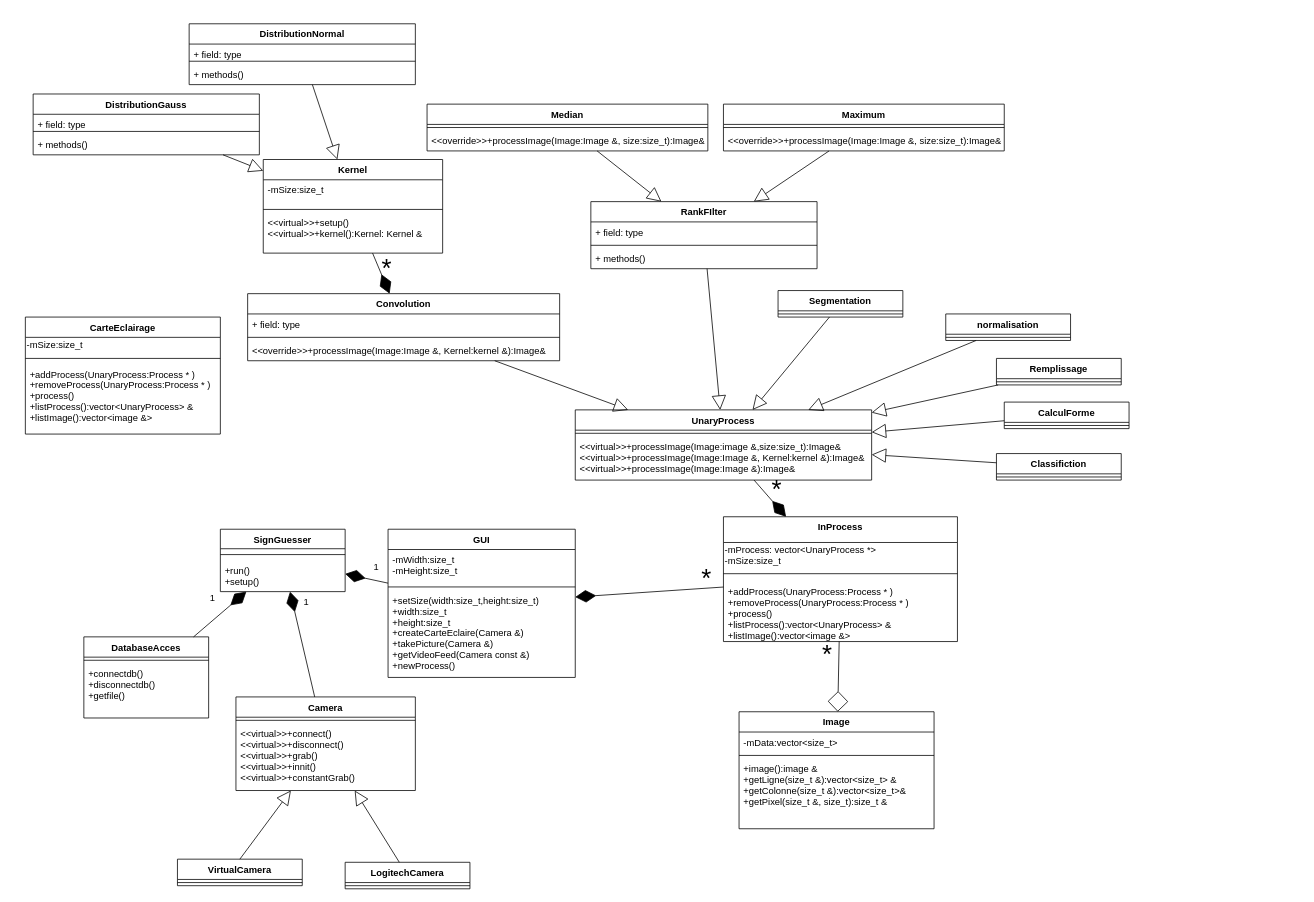
Earlier version of the draw.io diagram class_diagramm.drawio (VincentRochon/B65_Synth). Source tidied: cells renumbered, new cells numbered last; positions are measured from the earlier drawing's top-left corner, leaving out a move shared by most shapes. Both pictures are drawn from the tidied source at 78%, with x=0, y=0 at pixel (25, 23).
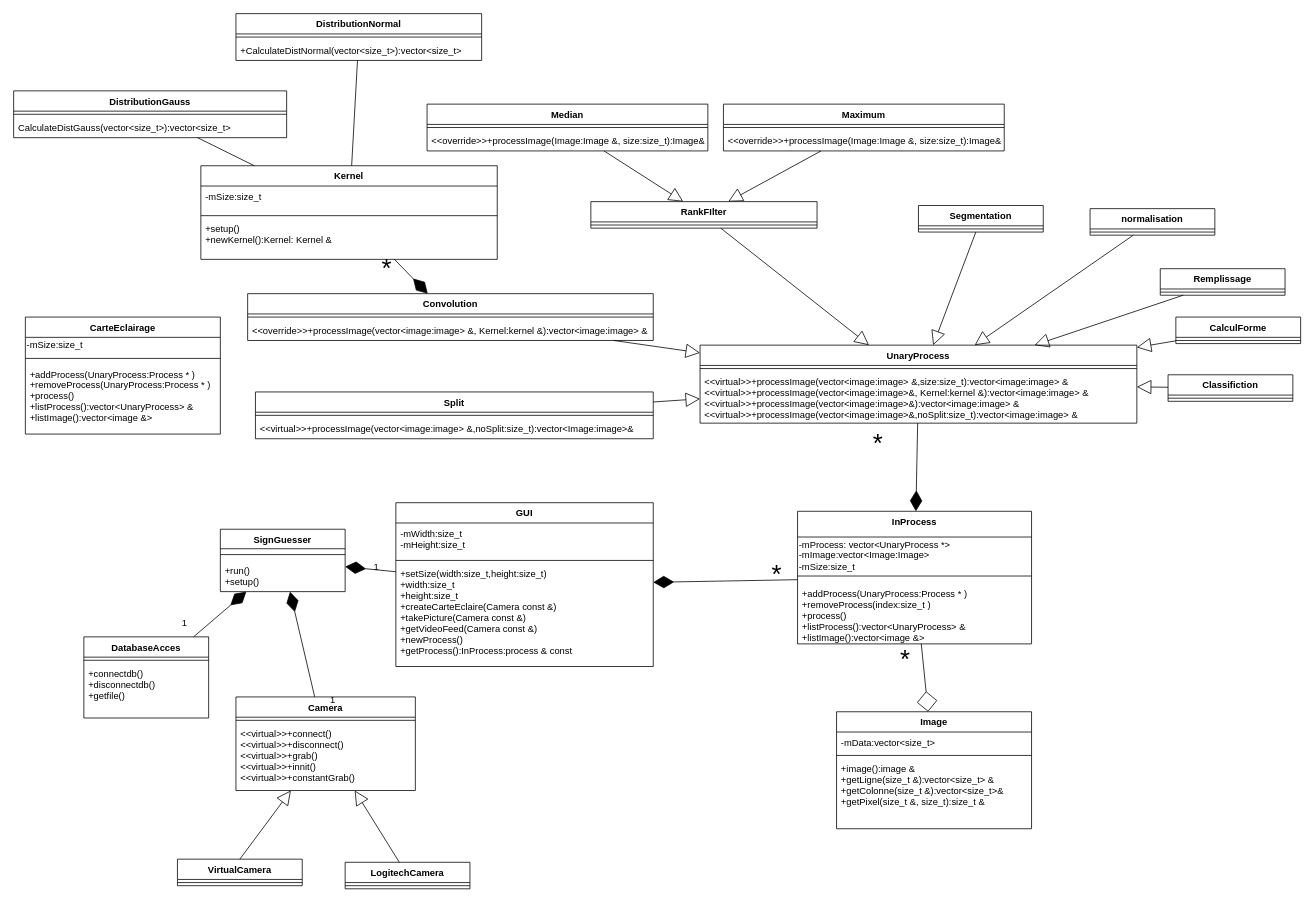
The same diagram, later.

Commit message:
added split class

What changed in the source:
```diff
@@
     <mxCell id="11" value="UnaryProcess" style="swimlane;fontStyle=1;align=center;verticalAlign=top;horizontal=1;startSize=26;" parent="1" vertex="1">
-      <mxGeometry x="705" y="495" width="380" height="90" as="geometry" />
+      <mxGeometry x="865" y="412" width="560" height="100" as="geometry" />
     </mxCell>
     <mxCell id="12" style="line;strokeWidth=1;fillColor=none;align=left;verticalAlign=middle;spacingTop=-1;spacingLeft=3;spacingRight=3;labelPosition=right;" parent="11" vertex="1">
-      <mxGeometry y="26" width="380" height="8" as="geometry" />
+      <mxGeometry y="26" width="560" height="8" as="geometry" />
     </mxCell>
-    <mxCell id="13" value="&lt;&lt;virtual&gt;&gt;+processImage(Image:image &amp;,size:size_t):Image&amp;&#10;&lt;&lt;virtual&gt;&gt;+processImage(Image:Image &amp;, Kernel:kernel &amp;):Image&amp;&#10;&lt;&lt;virtual&gt;&gt;+processImage(Image:Image &amp;):Image&amp;&#10;" style="text;strokeColor=none;fillColor=none;align=left;verticalAlign=top;spacingLeft=4;spacingRight=4;overflow=hidden;" parent="11" vertex="1">
-      <mxGeometry y="34" width="380" height="56" as="geometry" />
+    <mxCell id="13" value="&lt;&lt;virtual&gt;&gt;+processImage(vector&lt;image:image&gt; &amp;,size:size_t):vector&lt;image:image&gt; &amp;&#10;&lt;&lt;virtual&gt;&gt;+processImage(vector&lt;image:image&gt;&amp;, Kernel:kernel &amp;):vector&lt;image:image&gt; &amp;&#10;&lt;&lt;virtual&gt;&gt;+processImage(vector&lt;image:image&gt;&amp;):vector&lt;image:image&gt; &amp;&#10;&lt;&lt;virtual&gt;&gt;+processImage(vector&lt;image:image&gt;&amp;,noSplit:size_t):vector&lt;image:image&gt; &amp;" style="text;strokeColor=none;fillColor=none;align=left;verticalAlign=top;spacingLeft=4;spacingRight=4;overflow=hidden;" parent="11" vertex="1">
+      <mxGeometry y="34" width="560" height="66" as="geometry" />
     </mxCell>
     <mxCell id="14" value="Segmentation" style="swimlane;fontStyle=1;align=center;verticalAlign=top;horizontal=1;startSize=26;" parent="1" vertex="1">
-      <mxGeometry x="965" y="342" width="160" height="34" as="geometry" />
+      <mxGeometry x="1145" y="233" width="160" height="34" as="geometry" />
     </mxCell>
@@
     <mxCell id="18" value="InProcess" style="swimlane;fontStyle=1;align=center;verticalAlign=top;horizontal=1;startSize=33;" parent="1" vertex="1">
-      <mxGeometry x="895" y="632" width="300" height="160" as="geometry" />
+      <mxGeometry x="990" y="625" width="300" height="170" as="geometry" />
     </mxCell>
-    <mxCell id="19" value="-mProcess: vector&amp;lt;UnaryProcess *&amp;gt;&lt;br&gt;-mSize:size_t" style="text;html=1;align=left;verticalAlign=top;spacingTop=-4;fontSize=12;" parent="18" vertex="1">
-      <mxGeometry y="33" width="300" height="30" as="geometry" />
+    <mxCell id="19" value="-mProcess: vector&amp;lt;UnaryProcess *&amp;gt;&lt;br&gt;-mImage:vector&amp;lt;Image:Image&amp;gt;&lt;br&gt;-mSize:size_t" style="text;html=1;align=left;verticalAlign=top;spacingTop=-4;fontSize=12;" parent="18" vertex="1">
+      <mxGeometry y="33" width="300" height="40" as="geometry" />
     </mxCell>
     <mxCell id="20" style="line;strokeWidth=1;fillColor=none;align=left;verticalAlign=middle;spacingTop=-1;spacingLeft=3;spacingRight=3;labelPosition=right;" parent="18" vertex="1">
-      <mxGeometry y="63" width="300" height="20" as="geometry" />
+      <mxGeometry y="73" width="300" height="20" as="geometry" />
     </mxCell>
-    <mxCell id="21" value="+addProcess(UnaryProcess:Process * )&#10;+removeProcess(UnaryProcess:Process * )&#10;+process()&#10;+listProcess():vector&lt;UnaryProcess&gt; &amp;&#10;+listImage():vector&lt;image &amp;&gt;" style="text;strokeColor=none;fillColor=none;align=left;verticalAlign=top;spacingLeft=4;spacingRight=4;overflow=hidden;" parent="18" vertex="1">
-      <mxGeometry y="83" width="300" height="77" as="geometry" />
+    <mxCell id="21" value="+addProcess(UnaryProcess:Process * )&#10;+removeProcess(index:size_t )&#10;+process()&#10;+listProcess():vector&lt;UnaryProcess&gt; &amp;&#10;+listImage():vector&lt;image &amp;&gt;" style="text;strokeColor=none;fillColor=none;align=left;verticalAlign=top;spacingLeft=4;spacingRight=4;overflow=hidden;" parent="18" vertex="1">
+      <mxGeometry y="93" width="300" height="77" as="geometry" />
     </mxCell>
     <mxCell id="22" value="GUI" style="swimlane;fontStyle=1;align=center;verticalAlign=top;horizontal=1;startSize=26;fontSize=12;" parent="1" vertex="1">
-      <mxGeometry x="465" y="648" width="240" height="190" as="geometry" />
+      <mxGeometry x="475" y="614" width="330" height="210" as="geometry" />
     </mxCell>
     <mxCell id="23" value="-mWidth:size_t&#10;-mHeight:size_t&#10;" style="text;strokeColor=none;fillColor=none;align=left;verticalAlign=top;spacingLeft=4;spacingRight=4;overflow=hidden;" parent="22" vertex="1">
-      <mxGeometry y="26" width="240" height="44" as="geometry" />
+      <mxGeometry y="26" width="330" height="44" as="geometry" />
     </mxCell>
     <mxCell id="24" style="line;strokeWidth=1;fillColor=none;align=left;verticalAlign=middle;spacingTop=-1;spacingLeft=3;spacingRight=3;labelPosition=right;" parent="22" vertex="1">
-      <mxGeometry y="70" width="240" height="8" as="geometry" />
+      <mxGeometry y="70" width="330" height="8" as="geometry" />
     </mxCell>
-    <mxCell id="25" value="+setSize(width:size_t,height:size_t)&#10;+width:size_t&#10;+height:size_t&#10;+createCarteEclaire(Camera &amp;)&#10;+takePicture(Camera &amp;)&#10;+getVideoFeed(Camera const &amp;)&#10;+newProcess()" style="text;strokeColor=none;fillColor=none;align=left;verticalAlign=top;spacingLeft=4;spacingRight=4;overflow=hidden;" parent="22" vertex="1">
-      <mxGeometry y="78" width="240" height="112" as="geometry" />
+    <mxCell id="25" value="+setSize(width:size_t,height:size_t)&#10;+width:size_t&#10;+height:size_t&#10;+createCarteEclaire(Camera const &amp;)&#10;+takePicture(Camera const &amp;)&#10;+getVideoFeed(Camera const &amp;)&#10;+newProcess()&#10;+getProcess():InProcess:process &amp; const" style="text;strokeColor=none;fillColor=none;align=left;verticalAlign=top;spacingLeft=4;spacingRight=4;overflow=hidden;" parent="22" vertex="1">
+      <mxGeometry y="78" width="330" height="132" as="geometry" />
     </mxCell>
@@
     <mxCell id="33" value="1" style="text;html=1;align=left;verticalAlign=top;spacingTop=-4;fontSize=12;" parent="1" vertex="1">
-      <mxGeometry x="355" y="732" width="20" height="20" as="geometry" />
+      <mxGeometry x="389" y="857" width="20" height="20" as="geometry" />
     </mxCell>
@@
     <mxCell id="38" value="*&lt;br style=&quot;font-size: 33px;&quot;&gt;" style="text;html=1;align=left;verticalAlign=top;spacingTop=-4;fontSize=33;" parent="1" vertex="1">
-      <mxGeometry x="955" y="575" width="20" height="20" as="geometry" />
+      <mxGeometry x="1085" y="516" width="20" height="20" as="geometry" />
     </mxCell>
     <mxCell id="39" value="1" style="text;html=1;align=left;verticalAlign=top;spacingTop=-4;fontSize=12;" parent="1" vertex="1">
-      <mxGeometry x="235" y="727" width="20" height="20" as="geometry" />
+      <mxGeometry x="199" y="757.5" width="20" height="20" as="geometry" />
     </mxCell>
     <mxCell id="40" value="*&lt;br style=&quot;font-size: 33px;&quot;&gt;" style="text;html=1;align=left;verticalAlign=top;spacingTop=-4;fontSize=33;" parent="1" vertex="1">
-      <mxGeometry x="1020" y="786" width="20" height="20" as="geometry" />
+      <mxGeometry x="1120" y="792" width="20" height="20" as="geometry" />
     </mxCell>
     <mxCell id="41" value="Image" style="swimlane;fontStyle=1;align=center;verticalAlign=top;horizontal=1;startSize=26;" parent="1" vertex="1">
-      <mxGeometry x="915" y="882" width="250" height="150" as="geometry" />
+      <mxGeometry x="1040" y="882" width="250" height="150" as="geometry" />
     </mxCell>
@@
     <mxCell id="45" value="normalisation" style="swimlane;fontStyle=1;align=center;verticalAlign=top;horizontal=1;startSize=26;" parent="1" vertex="1">
-      <mxGeometry x="1180" y="372" width="160" height="34" as="geometry" />
+      <mxGeometry x="1365" y="237" width="160" height="34" as="geometry" />
     </mxCell>
@@
     <mxCell id="56" value="Kernel" style="swimlane;fontStyle=1;align=center;verticalAlign=top;horizontal=1;startSize=26;" parent="1" vertex="1">
-      <mxGeometry x="305" y="174" width="230" height="120" as="geometry" />
+      <mxGeometry x="225" y="182" width="380" height="120" as="geometry" />
     </mxCell>
     <mxCell id="57" value="-mSize:size_t" style="text;strokeColor=none;fillColor=none;align=left;verticalAlign=top;spacingLeft=4;spacingRight=4;overflow=hidden;" parent="56" vertex="1">
-      <mxGeometry y="26" width="230" height="34" as="geometry" />
+      <mxGeometry y="26" width="380" height="34" as="geometry" />
     </mxCell>
     <mxCell id="58" style="line;strokeWidth=1;fillColor=none;align=left;verticalAlign=middle;spacingTop=-1;spacingLeft=3;spacingRight=3;labelPosition=right;" parent="56" vertex="1">
-      <mxGeometry y="60" width="230" height="8" as="geometry" />
+      <mxGeometry y="60" width="380" height="8" as="geometry" />
     </mxCell>
-    <mxCell id="59" value="&lt;&lt;virtual&gt;&gt;+setup()&#10;&lt;&lt;virtual&gt;&gt;+kernel():Kernel: Kernel &amp;" style="text;strokeColor=none;fillColor=none;align=left;verticalAlign=top;spacingLeft=4;spacingRight=4;overflow=hidden;" parent="56" vertex="1">
-      <mxGeometry y="68" width="230" height="52" as="geometry" />
+    <mxCell id="59" value="+setup()&#10;+newKernel():Kernel: Kernel &amp;" style="text;strokeColor=none;fillColor=none;align=left;verticalAlign=top;spacingLeft=4;spacingRight=4;overflow=hidden;" parent="56" vertex="1">
+      <mxGeometry y="68" width="380" height="52" as="geometry" />
     </mxCell>
@@
     <mxCell id="61" value="*&lt;br style=&quot;font-size: 33px;&quot;&gt;" style="text;html=1;align=left;verticalAlign=top;spacingTop=-4;fontSize=33;" parent="1" vertex="1">
-      <mxGeometry x="865" y="688" width="20" height="20" as="geometry" />
+      <mxGeometry x="955" y="684" width="20" height="20" as="geometry" />
     </mxCell>
     <mxCell id="62" value="Remplissage" style="swimlane;fontStyle=1;align=center;verticalAlign=top;horizontal=1;startSize=26;" parent="1" vertex="1">
-      <mxGeometry x="1245" y="429" width="160" height="34" as="geometry" />
+      <mxGeometry x="1455" y="314" width="160" height="34" as="geometry" />
     </mxCell>
@@
     <mxCell id="65" value="CalculForme" style="swimlane;fontStyle=1;align=center;verticalAlign=top;horizontal=1;startSize=26;" parent="1" vertex="1">
-      <mxGeometry x="1255" y="485" width="160" height="34" as="geometry" />
+      <mxGeometry x="1475" y="376" width="160" height="34" as="geometry" />
     </mxCell>
@@
     <mxCell id="67" value="Classifiction" style="swimlane;fontStyle=1;align=center;verticalAlign=top;horizontal=1;startSize=26;" parent="1" vertex="1">
-      <mxGeometry x="1245" y="551" width="160" height="34" as="geometry" />
+      <mxGeometry x="1465" y="450" width="160" height="34" as="geometry" />
     </mxCell>
@@
     <mxCell id="71" value="Convolution" style="swimlane;fontStyle=1;align=center;verticalAlign=top;horizontal=1;startSize=26;" parent="1" vertex="1">
-      <mxGeometry x="285" y="346" width="400" height="86" as="geometry" />
+      <mxGeometry x="285" y="346" width="520" height="60" as="geometry" />
     </mxCell>
-    <mxCell id="72" value="+ field: type" style="text;strokeColor=none;fillColor=none;align=left;verticalAlign=top;spacingLeft=4;spacingRight=4;overflow=hidden;" parent="71" vertex="1">
-      <mxGeometry y="26" width="400" height="26" as="geometry" />
-    </mxCell>
     <mxCell id="73" style="line;strokeWidth=1;fillColor=none;align=left;verticalAlign=middle;spacingTop=-1;spacingLeft=3;spacingRight=3;labelPosition=right;" parent="71" vertex="1">
-      <mxGeometry y="52" width="400" height="8" as="geometry" />
+      <mxGeometry y="26" width="520" height="8" as="geometry" />
     </mxCell>
-    <mxCell id="74" value="&lt;&lt;override&gt;&gt;+processImage(Image:Image &amp;, Kernel:kernel &amp;):Image&amp;" style="text;strokeColor=none;fillColor=none;align=left;verticalAlign=top;spacingLeft=4;spacingRight=4;overflow=hidden;" parent="71" vertex="1">
-      <mxGeometry y="60" width="400" height="26" as="geometry" />
+    <mxCell id="74" value="&lt;&lt;override&gt;&gt;+processImage(vector&lt;image:image&gt; &amp;, Kernel:kernel &amp;):vector&lt;image:image&gt; &amp;" style="text;strokeColor=none;fillColor=none;align=left;verticalAlign=top;spacingLeft=4;spacingRight=4;overflow=hidden;" parent="71" vertex="1">
+      <mxGeometry y="34" width="520" height="26" as="geometry" />
     </mxCell>
-    <mxCell id="75" value="*&lt;br style=&quot;font-size: 33px;&quot;&gt;" style="text;html=1;align=left;verticalAlign=top;spacingTop=-4;fontSize=33;" parent="1" vertex="1">
+    <mxCell id="75" value="*&lt;br style=&quot;font-size: 33px;&quot;&gt;" style="text;html=1;align=left;verticalAlign=top;spacingTop=-4;fontSize=33;direction=south;" parent="1" vertex="1">
       <mxGeometry x="455" y="291" width="20" height="20" as="geometry" />
     </mxCell>
@@
     <mxCell id="77" value="RankFIlter" style="swimlane;fontStyle=1;align=center;verticalAlign=top;horizontal=1;startSize=26;" parent="1" vertex="1">
-      <mxGeometry x="725" y="228" width="290" height="86" as="geometry" />
+      <mxGeometry x="725" y="228" width="290" height="34" as="geometry" />
     </mxCell>
-    <mxCell id="78" value="+ field: type" style="text;strokeColor=none;fillColor=none;align=left;verticalAlign=top;spacingLeft=4;spacingRight=4;overflow=hidden;" parent="77" vertex="1">
-      <mxGeometry y="26" width="290" height="26" as="geometry" />
-    </mxCell>
     <mxCell id="79" style="line;strokeWidth=1;fillColor=none;align=left;verticalAlign=middle;spacingTop=-1;spacingLeft=3;spacingRight=3;labelPosition=right;" parent="77" vertex="1">
-      <mxGeometry y="52" width="290" height="8" as="geometry" />
+      <mxGeometry y="26" width="290" height="8" as="geometry" />
     </mxCell>
-    <mxCell id="80" value="+ methods()" style="text;strokeColor=none;fillColor=none;align=left;verticalAlign=top;spacingLeft=4;spacingRight=4;overflow=hidden;" parent="77" vertex="1">
-      <mxGeometry y="60" width="290" height="26" as="geometry" />
-    </mxCell>
@@
     <mxCell id="87" value="DistributionGauss" style="swimlane;fontStyle=1;align=center;verticalAlign=top;horizontal=1;startSize=26;" parent="1" vertex="1">
-      <mxGeometry x="10" y="90" width="290" height="78" as="geometry" />
+      <mxGeometry x="-15" y="86" width="350" height="60" as="geometry" />
     </mxCell>
-    <mxCell id="88" value="+ field: type" style="text;strokeColor=none;fillColor=none;align=left;verticalAlign=top;spacingLeft=4;spacingRight=4;overflow=hidden;" parent="87" vertex="1">
-      <mxGeometry y="26" width="290" height="18" as="geometry" />
-    </mxCell>
     <mxCell id="89" style="line;strokeWidth=1;fillColor=none;align=left;verticalAlign=middle;spacingTop=-1;spacingLeft=3;spacingRight=3;labelPosition=right;" parent="87" vertex="1">
-      <mxGeometry y="44" width="290" height="8" as="geometry" />
+      <mxGeometry y="26" width="350" height="8" as="geometry" />
     </mxCell>
-    <mxCell id="90" value="+ methods()" style="text;strokeColor=none;fillColor=none;align=left;verticalAlign=top;spacingLeft=4;spacingRight=4;overflow=hidden;" parent="87" vertex="1">
-      <mxGeometry y="52" width="290" height="26" as="geometry" />
+    <mxCell id="90" value="CalculateDistGauss(vector&lt;size_t&gt;):vector&lt;size_t&gt;" style="text;strokeColor=none;fillColor=none;align=left;verticalAlign=top;spacingLeft=4;spacingRight=4;overflow=hidden;" parent="87" vertex="1">
+      <mxGeometry y="34" width="350" height="26" as="geometry" />
     </mxCell>
     <mxCell id="91" value="DistributionNormal" style="swimlane;fontStyle=1;align=center;verticalAlign=top;horizontal=1;startSize=26;" parent="1" vertex="1">
-      <mxGeometry x="210" width="290" height="78" as="geometry" />
+      <mxGeometry x="270" y="-13" width="315" height="60" as="geometry" />
     </mxCell>
-    <mxCell id="92" value="+ field: type" style="text;strokeColor=none;fillColor=none;align=left;verticalAlign=top;spacingLeft=4;spacingRight=4;overflow=hidden;" parent="91" vertex="1">
-      <mxGeometry y="26" width="290" height="18" as="geometry" />
-    </mxCell>
     <mxCell id="93" style="line;strokeWidth=1;fillColor=none;align=left;verticalAlign=middle;spacingTop=-1;spacingLeft=3;spacingRight=3;labelPosition=right;" parent="91" vertex="1">
-      <mxGeometry y="44" width="290" height="8" as="geometry" />
+      <mxGeometry y="26" width="315" height="8" as="geometry" />
     </mxCell>
-    <mxCell id="94" value="+ methods()" style="text;strokeColor=none;fillColor=none;align=left;verticalAlign=top;spacingLeft=4;spacingRight=4;overflow=hidden;" parent="91" vertex="1">
-      <mxGeometry y="52" width="290" height="26" as="geometry" />
+    <mxCell id="94" value="+CalculateDistNormal(vector&lt;size_t&gt;):vector&lt;size_t&gt;" style="text;strokeColor=none;fillColor=none;align=left;verticalAlign=top;spacingLeft=4;spacingRight=4;overflow=hidden;" parent="91" vertex="1">
+      <mxGeometry y="34" width="315" height="26" as="geometry" />
     </mxCell>
-    <mxCell id="95" style="endArrow=block;endSize=16;endFill=0;html=1;" parent="1" edge="1" source="87" target="56">
-      <mxGeometry x="-0.48" y="35" relative="1" as="geometry" />
-    </mxCell>
-    <mxCell id="96" style="endArrow=block;endSize=16;endFill=0;html=1;" parent="1" edge="1" source="91" target="56">
-      <mxGeometry x="-0.48" y="35" relative="1" as="geometry" />
-    </mxCell>
+    <mxCell id="97" style="endArrow=none;html=1;" parent="1" edge="1" source="56" target="87">
+      <mxGeometry relative="1" as="geometry" />
+    </mxCell>
+    <mxCell id="98" style="endArrow=none;html=1;" parent="1" edge="1" source="56" target="91">
+      <mxGeometry relative="1" as="geometry" />
+    </mxCell>
+    <mxCell id="99" value="Split" style="swimlane;fontStyle=1;align=center;verticalAlign=top;horizontal=1;startSize=26;" parent="1" vertex="1">
+      <mxGeometry x="295" y="472" width="510" height="60" as="geometry" />
+    </mxCell>
+    <mxCell id="100" style="line;strokeWidth=1;fillColor=none;align=left;verticalAlign=middle;spacingTop=-1;spacingLeft=3;spacingRight=3;labelPosition=right;" parent="99" vertex="1">
+      <mxGeometry y="26" width="510" height="8" as="geometry" />
+    </mxCell>
+    <mxCell id="101" value="&lt;&lt;virtual&gt;&gt;+processImage(vector&lt;image:image&gt; &amp;,noSplit:size_t):vector&lt;Image:image&gt;&amp;" style="text;strokeColor=none;fillColor=none;align=left;verticalAlign=top;spacingLeft=4;spacingRight=4;overflow=hidden;" parent="99" vertex="1">
+      <mxGeometry y="34" width="510" height="26" as="geometry" />
+    </mxCell>
+    <mxCell id="102" style="endArrow=block;endSize=16;endFill=0;html=1;" parent="1" edge="1" source="99" target="11">
+      <mxGeometry x="-0.48" y="35" relative="1" as="geometry" />
+    </mxCell>
```
